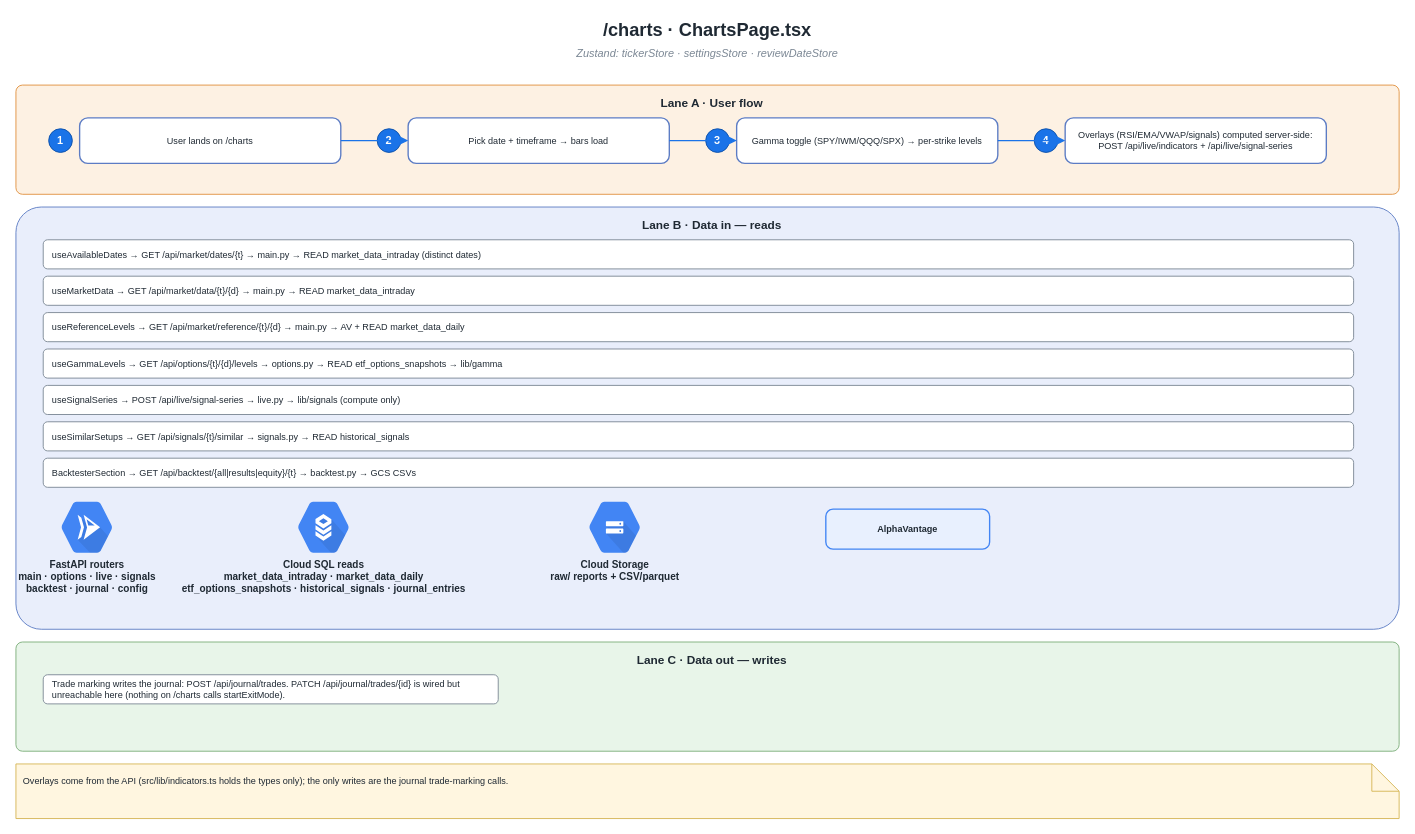
TeneikaAskew/solyra keeps this draw.io diagram as page "5 · Charts" (6 of 15) of Frontend-icons.drawio. Above is the earlier version. Source tidied: cells renumbered, new cells numbered last; positions are measured from the earlier drawing's top-left corner, leaving out a move shared by most shapes. Both pictures are drawn from the tidied source at 91%, with x=0, y=0 at pixel (15, 15).
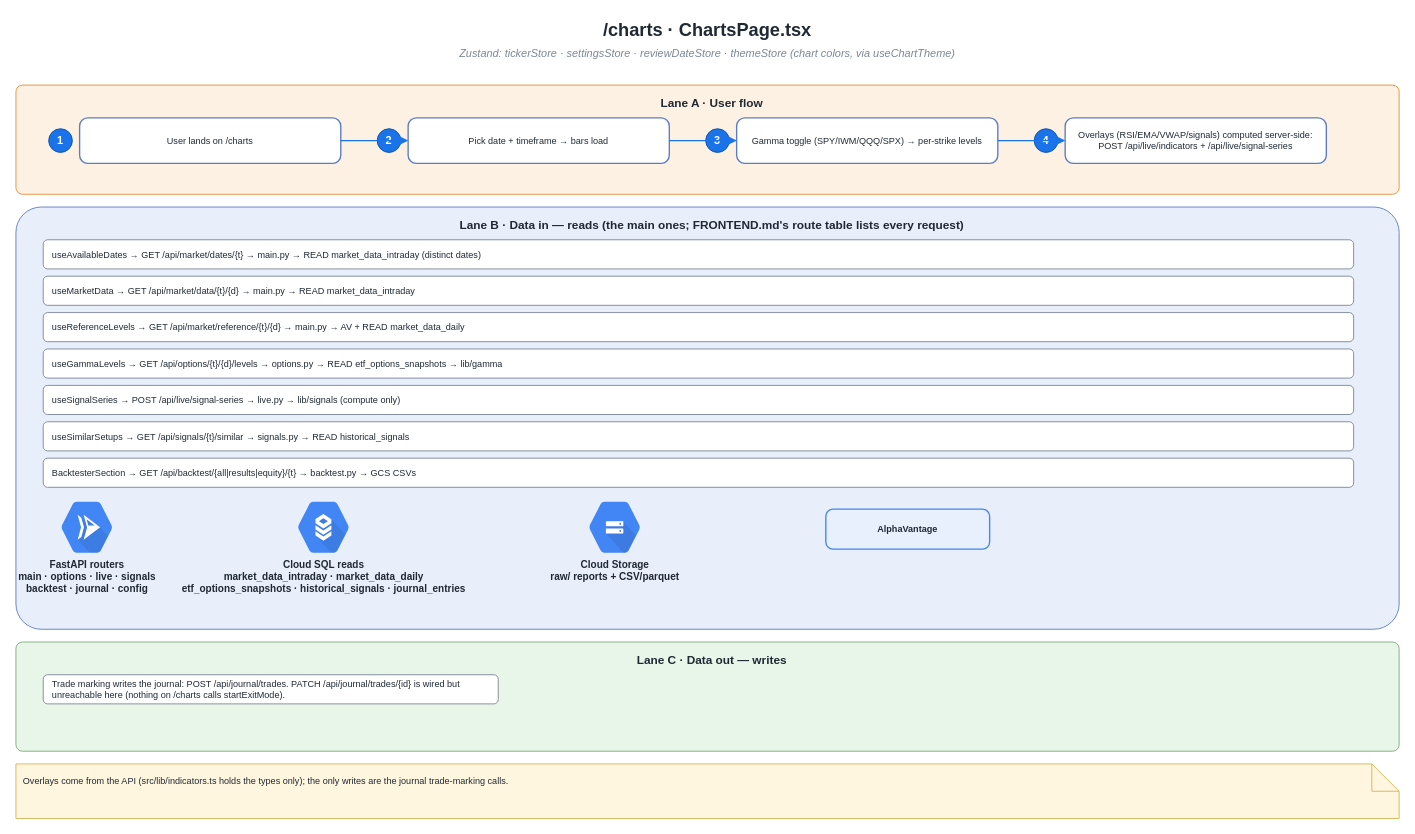
The same diagram, later.

Commit message (it also covers changes not shown here):
docs: list every request a route makes, shell calls included

Change to the diagram source:
```diff
@@
-    <mxCell id="3" value="Zustand: tickerStore · settingsStore · reviewDateStore" style="text;html=1;strokeColor=none;fillColor=none;align=center;verticalAlign=middle;whiteSpace=wrap;rounded=0;fontSize=12;fontStyle=2;fontColor=#7b8794;" parent="1" vertex="1">
+    <mxCell id="3" value="Zustand: tickerStore · settingsStore · reviewDateStore · themeStore (chart colors, via useChartTheme)" style="text;html=1;strokeColor=none;fillColor=none;align=center;verticalAlign=middle;whiteSpace=wrap;rounded=0;fontSize=12;fontStyle=2;fontColor=#7b8794;" parent="1" vertex="1">
       <mxGeometry y="32" width="1520" height="20" as="geometry" />
     </mxCell>
@@
-    <mxCell id="16" value="Lane B · Data in — reads" style="rounded=1;arcSize=6;whiteSpace=wrap;html=1;fillColor=#e9eefb;strokeColor=#5c7cc4;dashed=0;verticalAlign=top;fontStyle=1;fontSize=13;fontColor=#1f2933;spacingTop=6;spacingLeft=10;" parent="1" vertex="1">
+    <mxCell id="16" value="Lane B · Data in — reads (the main ones; FRONTEND.md's route table lists every request)" style="rounded=1;arcSize=6;whiteSpace=wrap;html=1;fillColor=#e9eefb;strokeColor=#5c7cc4;dashed=0;verticalAlign=top;fontStyle=1;fontSize=13;fontColor=#1f2933;spacingTop=6;spacingLeft=10;" parent="1" vertex="1">
       <mxGeometry y="210" width="1520" height="464" as="geometry" />
     </mxCell>
```
